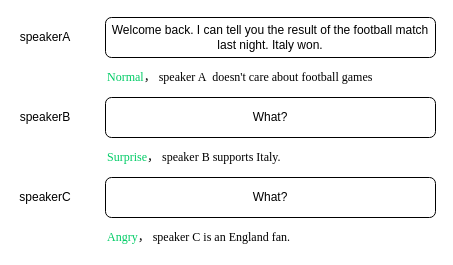
This is userpersonaerc.drawio from fpcsong/diagram, a draw.io file, before an edit. Source tidied: cells renumbered, new cells numbered last; positions are measured from the earlier drawing's top-left corner, leaving out a move shared by most shapes. Both pictures are drawn from the tidied source at 100%, with x=0, y=0 at pixel (25, 17).
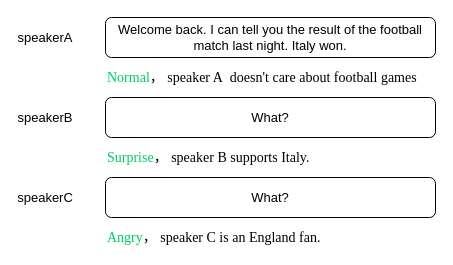
After the change.

Diff of the diagram source:
```diff
@@
 <mxGraphModel>
   <root>
     <mxCell id="0" />
     <mxCell id="1" parent="0" />
-    <mxCell id="2" value="Welcome back. I can tell you the result of the football match last night. Italy won." style="rounded=1;whiteSpace=wrap;html=1;" parent="1" vertex="1">
+    <mxCell id="2" value="Welcome back. I can tell you the result of the football match last night. Italy won." style="rounded=1;whiteSpace=wrap;html=1;fontSize=13;" parent="1" vertex="1">
       <mxGeometry x="80" width="330" height="40" as="geometry" />
     </mxCell>
-    <mxCell id="3" value="What?" style="rounded=1;whiteSpace=wrap;html=1;" parent="1" vertex="1">
+    <mxCell id="3" value="What?" style="rounded=1;whiteSpace=wrap;html=1;fontSize=13;" parent="1" vertex="1">
       <mxGeometry x="80" y="80" width="330" height="40" as="geometry" />
     </mxCell>
-    <mxCell id="4" value="What?" style="rounded=1;whiteSpace=wrap;html=1;" parent="1" vertex="1">
+    <mxCell id="4" value="What?" style="rounded=1;whiteSpace=wrap;html=1;fontSize=13;" parent="1" vertex="1">
       <mxGeometry x="80" y="160" width="330" height="40" as="geometry" />
     </mxCell>
-    <mxCell id="5" value="&lt;font face=&quot;Times New Roman&quot;&gt;&lt;font color=&quot;#00cc66&quot;&gt;Normal&lt;/font&gt;， speaker A&amp;nbsp; doesn't care about football games&lt;/font&gt;" style="text;html=1;strokeColor=none;fillColor=none;align=left;verticalAlign=middle;whiteSpace=wrap;rounded=0;" parent="1" vertex="1">
+    <mxCell id="5" value="&lt;font face=&quot;Times New Roman&quot; style=&quot;font-size: 14px;&quot;&gt;&lt;font color=&quot;#00cc66&quot; style=&quot;font-size: 14px;&quot;&gt;Normal&lt;/font&gt;， speaker A&amp;nbsp; doesn't care about football games&lt;/font&gt;" style="text;html=1;strokeColor=none;fillColor=none;align=left;verticalAlign=middle;whiteSpace=wrap;rounded=0;fontSize=14;" parent="1" vertex="1">
       <mxGeometry x="80" y="50" width="330" height="20" as="geometry" />
     </mxCell>
-    <mxCell id="6" value="speakerA" style="text;html=1;strokeColor=none;fillColor=none;align=center;verticalAlign=middle;whiteSpace=wrap;rounded=0;" parent="1" vertex="1">
+    <mxCell id="6" value="speakerA" style="text;html=1;strokeColor=none;fillColor=none;align=center;verticalAlign=middle;whiteSpace=wrap;rounded=0;fontSize=13;" parent="1" vertex="1">
       <mxGeometry y="10" width="40" height="20" as="geometry" />
     </mxCell>
-    <mxCell id="7" value="speakerB" style="text;html=1;strokeColor=none;fillColor=none;align=center;verticalAlign=middle;whiteSpace=wrap;rounded=0;" parent="1" vertex="1">
+    <mxCell id="7" value="speakerB" style="text;html=1;strokeColor=none;fillColor=none;align=center;verticalAlign=middle;whiteSpace=wrap;rounded=0;fontSize=13;" parent="1" vertex="1">
       <mxGeometry y="90" width="40" height="20" as="geometry" />
     </mxCell>
-    <mxCell id="8" value="speakerC" style="text;html=1;strokeColor=none;fillColor=none;align=center;verticalAlign=middle;whiteSpace=wrap;rounded=0;" parent="1" vertex="1">
+    <mxCell id="8" value="speakerC" style="text;html=1;strokeColor=none;fillColor=none;align=center;verticalAlign=middle;whiteSpace=wrap;rounded=0;fontSize=13;" parent="1" vertex="1">
       <mxGeometry y="170" width="40" height="20" as="geometry" />
     </mxCell>
-    <mxCell id="9" value="&lt;font face=&quot;Times New Roman&quot;&gt;&lt;font color=&quot;#00cc66&quot;&gt;Surprise&lt;/font&gt;， speaker B supports Italy.&lt;/font&gt;" style="text;html=1;strokeColor=none;fillColor=none;align=left;verticalAlign=middle;whiteSpace=wrap;rounded=0;" parent="1" vertex="1">
+    <mxCell id="9" value="&lt;font face=&quot;Times New Roman&quot; style=&quot;font-size: 14px;&quot;&gt;&lt;font color=&quot;#00cc66&quot; style=&quot;font-size: 14px;&quot;&gt;Surprise&lt;/font&gt;， speaker B supports Italy.&lt;/font&gt;" style="text;html=1;strokeColor=none;fillColor=none;align=left;verticalAlign=middle;whiteSpace=wrap;rounded=0;fontSize=14;" parent="1" vertex="1">
       <mxGeometry x="80" y="130" width="330" height="20" as="geometry" />
     </mxCell>
-    <mxCell id="10" value="&lt;font face=&quot;Times New Roman&quot;&gt;&lt;font color=&quot;#00cc66&quot;&gt;Angry&lt;/font&gt;， speaker C is an England fan.&lt;/font&gt;" style="text;html=1;strokeColor=none;fillColor=none;align=left;verticalAlign=middle;whiteSpace=wrap;rounded=0;" parent="1" vertex="1">
+    <mxCell id="10" value="&lt;font face=&quot;Times New Roman&quot; style=&quot;font-size: 14px;&quot;&gt;&lt;font color=&quot;#00cc66&quot; style=&quot;font-size: 14px;&quot;&gt;Angry&lt;/font&gt;， speaker C is an England fan.&lt;/font&gt;" style="text;html=1;strokeColor=none;fillColor=none;align=left;verticalAlign=middle;whiteSpace=wrap;rounded=0;fontSize=14;" parent="1" vertex="1">
       <mxGeometry x="80" y="210" width="330" height="20" as="geometry" />
     </mxCell>
   </root>
 </mxGraphModel>
```
